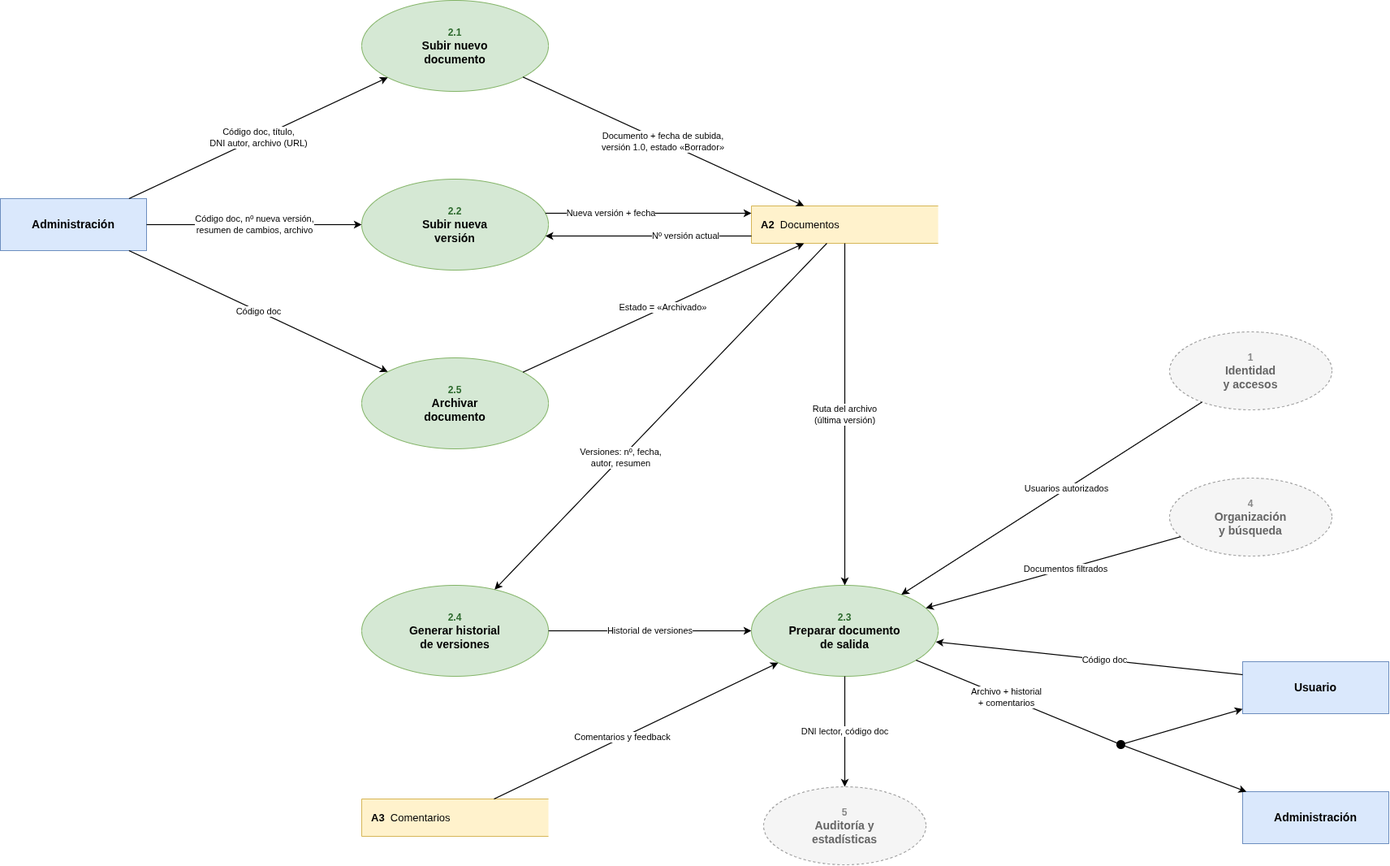
Above: diagramas_sistema_documentacion /dfd/nivel2_proceso2_repositorio.png in adriivarela06/P2_DDSI (draw.io), before the change. Source tidied: cells renumbered, new cells last; positions are measured from the earlier drawing's top-left corner, leaving out a move shared by most shapes. The source it was exported from:
```xml
<mxGraphModel>
  <root>
    <mxCell id="0" />
    <mxCell id="1" parent="0" />
    <mxCell id="2" value="Administración" style="rounded=0;whiteSpace=wrap;html=1;fillColor=#dae8fc;strokeColor=#6c8ebf;fontStyle=1;fontSize=14;" parent="1" vertex="1">
      <mxGeometry y="244" width="180" height="64" as="geometry" />
    </mxCell>
    <mxCell id="3" value="&lt;font style=&quot;font-size:12px&quot; color=&quot;#2d6a2d&quot;&gt;2.1&lt;/font&gt;&lt;br&gt;Subir nuevo&lt;br&gt;documento" style="ellipse;whiteSpace=wrap;html=1;fillColor=#d5e8d4;strokeColor=#82b366;fontColor=#000000;fontSize=14;fontStyle=1;" parent="1" vertex="1">
      <mxGeometry x="445" width="230" height="112" as="geometry" />
    </mxCell>
    <mxCell id="4" value="&lt;font style=&quot;font-size:12px&quot; color=&quot;#2d6a2d&quot;&gt;2.2&lt;/font&gt;&lt;br&gt;Subir nueva&lt;br&gt;versión" style="ellipse;whiteSpace=wrap;html=1;fillColor=#d5e8d4;strokeColor=#82b366;fontColor=#000000;fontSize=14;fontStyle=1;" parent="1" vertex="1">
      <mxGeometry x="445" y="220" width="230" height="112" as="geometry" />
    </mxCell>
    <mxCell id="5" value="&lt;font style=&quot;font-size:12px&quot; color=&quot;#2d6a2d&quot;&gt;2.5&lt;/font&gt;&lt;br&gt;Archivar&lt;br&gt;documento" style="ellipse;whiteSpace=wrap;html=1;fillColor=#d5e8d4;strokeColor=#82b366;fontColor=#000000;fontSize=14;fontStyle=1;" parent="1" vertex="1">
      <mxGeometry x="445" y="440" width="230" height="112" as="geometry" />
    </mxCell>
    <mxCell id="6" value="&lt;font style=&quot;font-size:12px&quot; color=&quot;#2d6a2d&quot;&gt;2.4&lt;/font&gt;&lt;br&gt;Generar historial&lt;br&gt;de versiones" style="ellipse;whiteSpace=wrap;html=1;fillColor=#d5e8d4;strokeColor=#82b366;fontColor=#000000;fontSize=14;fontStyle=1;" parent="1" vertex="1">
      <mxGeometry x="445" y="720" width="230" height="112" as="geometry" />
    </mxCell>
    <mxCell id="7" value="&lt;font style=&quot;font-size:12px&quot; color=&quot;#2d6a2d&quot;&gt;2.3&lt;/font&gt;&lt;br&gt;Preparar documento&lt;br&gt;de salida" style="ellipse;whiteSpace=wrap;html=1;fillColor=#d5e8d4;strokeColor=#82b366;fontColor=#000000;fontSize=14;fontStyle=1;" parent="1" vertex="1">
      <mxGeometry x="925" y="720" width="230" height="112" as="geometry" />
    </mxCell>
    <mxCell id="8" value="&lt;b&gt;A2&lt;/b&gt;&amp;nbsp;&amp;nbsp;Documentos" style="shape=partialRectangle;right=0;whiteSpace=wrap;html=1;fillColor=#fff2cc;strokeColor=#d6b656;align=left;spacingLeft=10;fontSize=13;" parent="1" vertex="1">
      <mxGeometry x="925" y="253" width="230" height="46" as="geometry" />
    </mxCell>
    <mxCell id="9" value="&lt;b&gt;A3&lt;/b&gt;&amp;nbsp;&amp;nbsp;Comentarios" style="shape=partialRectangle;right=0;whiteSpace=wrap;html=1;fillColor=#fff2cc;strokeColor=#d6b656;align=left;spacingLeft=10;fontSize=13;" parent="1" vertex="1">
      <mxGeometry x="445" y="983" width="230" height="46" as="geometry" />
    </mxCell>
    <mxCell id="10" value="&lt;font style=&quot;font-size:12px&quot; color=&quot;#888888&quot;&gt;1&lt;/font&gt;&lt;br&gt;Identidad&lt;br&gt;y accesos" style="ellipse;whiteSpace=wrap;html=1;fillColor=#f5f5f5;strokeColor=#999999;fontColor=#666666;fontSize=14;fontStyle=1;dashed=1;" parent="1" vertex="1">
      <mxGeometry x="1440" y="408" width="200" height="96" as="geometry" />
    </mxCell>
    <mxCell id="11" value="&lt;font style=&quot;font-size:12px&quot; color=&quot;#888888&quot;&gt;4&lt;/font&gt;&lt;br&gt;Organización&lt;br&gt;y búsqueda" style="ellipse;whiteSpace=wrap;html=1;fillColor=#f5f5f5;strokeColor=#999999;fontColor=#666666;fontSize=14;fontStyle=1;dashed=1;" parent="1" vertex="1">
      <mxGeometry x="1440" y="588" width="200" height="96" as="geometry" />
    </mxCell>
    <mxCell id="12" value="&lt;font style=&quot;font-size:12px&quot; color=&quot;#888888&quot;&gt;5&lt;/font&gt;&lt;br&gt;Auditoría y&lt;br&gt;estadísticas" style="ellipse;whiteSpace=wrap;html=1;fillColor=#f5f5f5;strokeColor=#999999;fontColor=#666666;fontSize=14;fontStyle=1;dashed=1;" parent="1" vertex="1">
      <mxGeometry x="940" y="968" width="200" height="96" as="geometry" />
    </mxCell>
    <mxCell id="13" style="ellipse;html=1;fillColor=#000000;strokeColor=#000000;" parent="1" vertex="1">
      <mxGeometry x="1375" y="911" width="10" height="10" as="geometry" />
    </mxCell>
    <mxCell id="14" value="Usuario" style="rounded=0;whiteSpace=wrap;html=1;fillColor=#dae8fc;strokeColor=#6c8ebf;fontStyle=1;fontSize=14;" parent="1" vertex="1">
      <mxGeometry x="1530" y="814" width="180" height="64" as="geometry" />
    </mxCell>
    <mxCell id="15" value="Administración" style="rounded=0;whiteSpace=wrap;html=1;fillColor=#dae8fc;strokeColor=#6c8ebf;fontStyle=1;fontSize=14;" parent="1" vertex="1">
      <mxGeometry x="1530" y="974" width="180" height="64" as="geometry" />
    </mxCell>
    <mxCell id="16" value="Código doc, título,&lt;br&gt;DNI autor, archivo (URL)" style="edgeStyle=none;html=1;endArrow=classic;endFill=1;strokeWidth=1.2;fontSize=11;labelBackgroundColor=#ffffff;exitX=0.8798;exitY=0.0000;exitDx=0;exitDy=0;exitPerimeter=0;entryX=0.1395;entryY=0.8465;entryDx=0;entryDy=0;entryPerimeter=0;" parent="1" edge="1" source="2" target="3">
      <mxGeometry relative="1" as="geometry" />
    </mxCell>
    <mxCell id="17" value="Código doc, nº nueva versión,&lt;br&gt;resumen de cambios, archivo" style="edgeStyle=none;html=1;endArrow=classic;endFill=1;strokeWidth=1.2;fontSize=11;labelBackgroundColor=#ffffff;exitX=1.0000;exitY=0.5000;exitDx=0;exitDy=0;exitPerimeter=0;entryX=0.0000;entryY=0.5000;entryDx=0;entryDy=0;entryPerimeter=0;" parent="1" edge="1" source="2" target="4">
      <mxGeometry relative="1" as="geometry" />
    </mxCell>
    <mxCell id="18" value="Código doc" style="edgeStyle=none;html=1;endArrow=classic;endFill=1;strokeWidth=1.2;fontSize=11;labelBackgroundColor=#ffffff;exitX=0.8798;exitY=1.0000;exitDx=0;exitDy=0;exitPerimeter=0;entryX=0.1395;entryY=0.1535;entryDx=0;entryDy=0;entryPerimeter=0;" parent="1" edge="1" source="2" target="5">
      <mxGeometry relative="1" as="geometry" />
    </mxCell>
    <mxCell id="19" value="Documento + fecha de subida,&lt;br&gt;versión 1.0, estado «Borrador»" style="edgeStyle=none;html=1;endArrow=classic;endFill=1;strokeWidth=1.2;fontSize=11;labelBackgroundColor=#ffffff;exitX=0.8641;exitY=0.8427;exitDx=0;exitDy=0;exitPerimeter=0;entryX=0.2818;entryY=0.0000;entryDx=0;entryDy=0;entryPerimeter=0;" parent="1" edge="1" source="3" target="8">
      <mxGeometry relative="1" as="geometry" />
    </mxCell>
    <mxCell id="20" value="Nº versión actual" style="edgeStyle=none;html=1;endArrow=classic;endFill=1;strokeWidth=1.2;fontSize=11;labelBackgroundColor=#ffffff;exitX=0.0000;exitY=0.8043;exitDx=0;exitDy=0;exitPerimeter=0;entryX=0.9841;entryY=0.6250;entryDx=0;entryDy=0;entryPerimeter=0;" parent="1" edge="1" source="8" target="4">
      <mxGeometry x="-0.36" relative="1" as="geometry" />
    </mxCell>
    <mxCell id="21" value="Nueva versión + fecha" style="edgeStyle=none;html=1;endArrow=classic;endFill=1;strokeWidth=1.2;fontSize=11;labelBackgroundColor=#ffffff;exitX=0.9841;exitY=0.3750;exitDx=0;exitDy=0;exitPerimeter=0;entryX=0.0000;entryY=0.1957;entryDx=0;entryDy=0;entryPerimeter=0;" parent="1" edge="1" source="4" target="8">
      <mxGeometry x="-0.36" relative="1" as="geometry" />
    </mxCell>
    <mxCell id="22" value="Estado = «Archivado»" style="edgeStyle=none;html=1;endArrow=classic;endFill=1;strokeWidth=1.2;fontSize=11;labelBackgroundColor=#ffffff;exitX=0.8641;exitY=0.1573;exitDx=0;exitDy=0;exitPerimeter=0;entryX=0.2818;entryY=1.0000;entryDx=0;entryDy=0;entryPerimeter=0;" parent="1" edge="1" source="5" target="8">
      <mxGeometry relative="1" as="geometry" />
    </mxCell>
    <mxCell id="23" value="Versiones: nº, fecha,&lt;br&gt;autor, resumen" style="edgeStyle=none;html=1;endArrow=classic;endFill=1;strokeWidth=1.2;fontSize=11;labelBackgroundColor=#ffffff;exitX=0.4040;exitY=1.0000;exitDx=0;exitDy=0;exitPerimeter=0;entryX=0.7117;entryY=0.0470;entryDx=0;entryDy=0;entryPerimeter=0;" parent="1" edge="1" source="8" target="6">
      <mxGeometry x="0.24" relative="1" as="geometry" />
    </mxCell>
    <mxCell id="24" value="Historial de versiones" style="edgeStyle=none;html=1;endArrow=classic;endFill=1;strokeWidth=1.2;fontSize=11;labelBackgroundColor=#ffffff;exitX=1.0000;exitY=0.5000;exitDx=0;exitDy=0;exitPerimeter=0;entryX=0.0000;entryY=0.5000;entryDx=0;entryDy=0;entryPerimeter=0;" parent="1" edge="1" source="6" target="7">
      <mxGeometry relative="1" as="geometry" />
    </mxCell>
    <mxCell id="25" value="Ruta del archivo&lt;br&gt;(última versión)" style="edgeStyle=none;html=1;endArrow=classic;endFill=1;strokeWidth=1.2;fontSize=11;labelBackgroundColor=#ffffff;exitX=0.5000;exitY=1.0000;exitDx=0;exitDy=0;exitPerimeter=0;entryX=0.5000;entryY=0.0000;entryDx=0;entryDy=0;entryPerimeter=0;" parent="1" edge="1" source="8" target="7">
      <mxGeometry relative="1" as="geometry" />
    </mxCell>
    <mxCell id="26" value="Comentarios y feedback" style="edgeStyle=none;html=1;endArrow=classic;endFill=1;strokeWidth=1.2;fontSize=11;labelBackgroundColor=#ffffff;exitX=0.7087;exitY=0.0000;exitDx=0;exitDy=0;exitPerimeter=0;entryX=0.1436;entryY=0.8507;entryDx=0;entryDy=0;entryPerimeter=0;" parent="1" edge="1" source="9" target="7">
      <mxGeometry x="-0.1" relative="1" as="geometry" />
    </mxCell>
    <mxCell id="27" value="Usuarios autorizados" style="edgeStyle=none;html=1;endArrow=classic;endFill=1;strokeWidth=1.2;fontSize=11;labelBackgroundColor=#ffffff;exitX=0.2000;exitY=0.9000;exitDx=0;exitDy=0;exitPerimeter=0;entryX=0.8028;entryY=0.1021;entryDx=0;entryDy=0;entryPerimeter=0;" parent="1" edge="1" source="10" target="7">
      <mxGeometry x="-0.1" relative="1" as="geometry" />
    </mxCell>
    <mxCell id="28" value="Documentos filtrados" style="edgeStyle=none;html=1;endArrow=classic;endFill=1;strokeWidth=1.2;fontSize=11;labelBackgroundColor=#ffffff;exitX=0.0681;exitY=0.7519;exitDx=0;exitDy=0;exitPerimeter=0;entryX=0.9335;entryY=0.2508;entryDx=0;entryDy=0;entryPerimeter=0;" parent="1" edge="1" source="11" target="7">
      <mxGeometry x="-0.1" relative="1" as="geometry" />
    </mxCell>
    <mxCell id="29" value="Archivo + historial&lt;br&gt;+ comentarios" style="edgeStyle=none;html=1;endArrow=none;endFill=1;strokeWidth=1.2;fontSize=11;labelBackgroundColor=#ffffff;exitX=0.8818;exitY=0.8228;exitDx=0;exitDy=0;exitPerimeter=0;entryX=0.0377;entryY=0.3096;entryDx=0;entryDy=0;entryPerimeter=0;" parent="1" edge="1" source="7" target="13">
      <mxGeometry x="-0.1" relative="1" as="geometry" />
    </mxCell>
    <mxCell id="30" style="edgeStyle=none;html=1;endArrow=classic;endFill=1;strokeWidth=1.2;fontSize=11;labelBackgroundColor=#ffffff;exitX=0.9800;exitY=0.3600;exitDx=0;exitDy=0;exitPerimeter=0;entryX=0.0000;entryY=0.9102;entryDx=0;entryDy=0;entryPerimeter=0;" parent="1" edge="1" source="13" target="14">
      <mxGeometry relative="1" as="geometry" />
    </mxCell>
    <mxCell id="31" style="edgeStyle=none;html=1;endArrow=classic;endFill=1;strokeWidth=1.2;fontSize=11;labelBackgroundColor=#ffffff;exitX=0.9682;exitY=0.6756;exitDx=0;exitDy=0;exitPerimeter=0;entryX=0.0259;entryY=0.0000;entryDx=0;entryDy=0;entryPerimeter=0;" parent="1" edge="1" source="13" target="15">
      <mxGeometry relative="1" as="geometry" />
    </mxCell>
    <mxCell id="32" value="DNI lector, código doc" style="edgeStyle=none;html=1;endArrow=classic;endFill=1;strokeWidth=1.2;fontSize=11;labelBackgroundColor=#ffffff;exitX=0.5000;exitY=1.0000;exitDx=0;exitDy=0;exitPerimeter=0;entryX=0.5000;entryY=0.0000;entryDx=0;entryDy=0;entryPerimeter=0;" parent="1" edge="1" source="7" target="12">
      <mxGeometry relative="1" as="geometry" />
    </mxCell>
    <mxCell id="33" value="Código doc" style="edgeStyle=none;html=1;endArrow=classic;endFill=1;strokeWidth=1.2;fontSize=11;labelBackgroundColor=#ffffff;exitX=0;exitY=0.25;exitDx=0;exitDy=0;entryX=0.987;entryY=0.621;entryDx=0;entryDy=0;entryPerimeter=0;" parent="1" edge="1" source="14" target="7">
      <mxGeometry x="-0.1" relative="1" as="geometry" />
    </mxCell>
  </root>
</mxGraphModel>
```
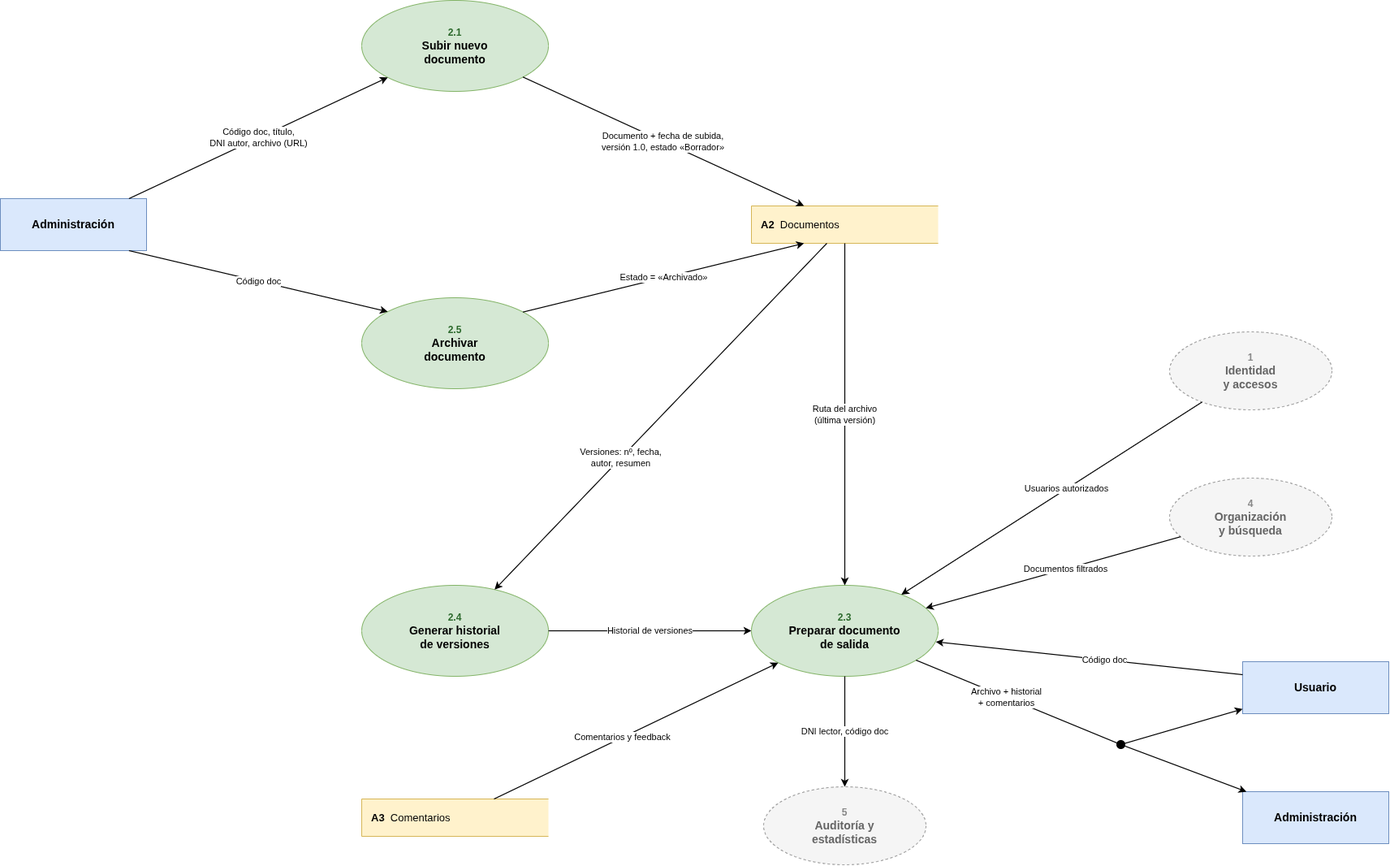
Later version of the same file.

The edit, as a diff of the source:
```diff
@@ -8,11 +8,8 @@
     <mxCell id="3" value="&lt;font style=&quot;font-size:12px&quot; color=&quot;#2d6a2d&quot;&gt;2.1&lt;/font&gt;&lt;br&gt;Subir nuevo&lt;br&gt;documento" style="ellipse;whiteSpace=wrap;html=1;fillColor=#d5e8d4;strokeColor=#82b366;fontColor=#000000;fontSize=14;fontStyle=1;" parent="1" vertex="1">
       <mxGeometry x="445" width="230" height="112" as="geometry" />
     </mxCell>
-    <mxCell id="4" value="&lt;font style=&quot;font-size:12px&quot; color=&quot;#2d6a2d&quot;&gt;2.2&lt;/font&gt;&lt;br&gt;Subir nueva&lt;br&gt;versión" style="ellipse;whiteSpace=wrap;html=1;fillColor=#d5e8d4;strokeColor=#82b366;fontColor=#000000;fontSize=14;fontStyle=1;" parent="1" vertex="1">
-      <mxGeometry x="445" y="220" width="230" height="112" as="geometry" />
-    </mxCell>
     <mxCell id="5" value="&lt;font style=&quot;font-size:12px&quot; color=&quot;#2d6a2d&quot;&gt;2.5&lt;/font&gt;&lt;br&gt;Archivar&lt;br&gt;documento" style="ellipse;whiteSpace=wrap;html=1;fillColor=#d5e8d4;strokeColor=#82b366;fontColor=#000000;fontSize=14;fontStyle=1;" parent="1" vertex="1">
-      <mxGeometry x="445" y="440" width="230" height="112" as="geometry" />
+      <mxGeometry x="445" y="366" width="230" height="112" as="geometry" />
     </mxCell>
     <mxCell id="6" value="&lt;font style=&quot;font-size:12px&quot; color=&quot;#2d6a2d&quot;&gt;2.4&lt;/font&gt;&lt;br&gt;Generar historial&lt;br&gt;de versiones" style="ellipse;whiteSpace=wrap;html=1;fillColor=#d5e8d4;strokeColor=#82b366;fontColor=#000000;fontSize=14;fontStyle=1;" parent="1" vertex="1">
       <mxGeometry x="445" y="720" width="230" height="112" as="geometry" />
@@ -47,21 +44,12 @@
     <mxCell id="16" value="Código doc, título,&lt;br&gt;DNI autor, archivo (URL)" style="edgeStyle=none;html=1;endArrow=classic;endFill=1;strokeWidth=1.2;fontSize=11;labelBackgroundColor=#ffffff;exitX=0.8798;exitY=0.0000;exitDx=0;exitDy=0;exitPerimeter=0;entryX=0.1395;entryY=0.8465;entryDx=0;entryDy=0;entryPerimeter=0;" parent="1" edge="1" source="2" target="3">
       <mxGeometry relative="1" as="geometry" />
     </mxCell>
-    <mxCell id="17" value="Código doc, nº nueva versión,&lt;br&gt;resumen de cambios, archivo" style="edgeStyle=none;html=1;endArrow=classic;endFill=1;strokeWidth=1.2;fontSize=11;labelBackgroundColor=#ffffff;exitX=1.0000;exitY=0.5000;exitDx=0;exitDy=0;exitPerimeter=0;entryX=0.0000;entryY=0.5000;entryDx=0;entryDy=0;entryPerimeter=0;" parent="1" edge="1" source="2" target="4">
-      <mxGeometry relative="1" as="geometry" />
-    </mxCell>
     <mxCell id="18" value="Código doc" style="edgeStyle=none;html=1;endArrow=classic;endFill=1;strokeWidth=1.2;fontSize=11;labelBackgroundColor=#ffffff;exitX=0.8798;exitY=1.0000;exitDx=0;exitDy=0;exitPerimeter=0;entryX=0.1395;entryY=0.1535;entryDx=0;entryDy=0;entryPerimeter=0;" parent="1" edge="1" source="2" target="5">
       <mxGeometry relative="1" as="geometry" />
     </mxCell>
     <mxCell id="19" value="Documento + fecha de subida,&lt;br&gt;versión 1.0, estado «Borrador»" style="edgeStyle=none;html=1;endArrow=classic;endFill=1;strokeWidth=1.2;fontSize=11;labelBackgroundColor=#ffffff;exitX=0.8641;exitY=0.8427;exitDx=0;exitDy=0;exitPerimeter=0;entryX=0.2818;entryY=0.0000;entryDx=0;entryDy=0;entryPerimeter=0;" parent="1" edge="1" source="3" target="8">
       <mxGeometry relative="1" as="geometry" />
     </mxCell>
-    <mxCell id="20" value="Nº versión actual" style="edgeStyle=none;html=1;endArrow=classic;endFill=1;strokeWidth=1.2;fontSize=11;labelBackgroundColor=#ffffff;exitX=0.0000;exitY=0.8043;exitDx=0;exitDy=0;exitPerimeter=0;entryX=0.9841;entryY=0.6250;entryDx=0;entryDy=0;entryPerimeter=0;" parent="1" edge="1" source="8" target="4">
-      <mxGeometry x="-0.36" relative="1" as="geometry" />
-    </mxCell>
-    <mxCell id="21" value="Nueva versión + fecha" style="edgeStyle=none;html=1;endArrow=classic;endFill=1;strokeWidth=1.2;fontSize=11;labelBackgroundColor=#ffffff;exitX=0.9841;exitY=0.3750;exitDx=0;exitDy=0;exitPerimeter=0;entryX=0.0000;entryY=0.1957;entryDx=0;entryDy=0;entryPerimeter=0;" parent="1" edge="1" source="4" target="8">
-      <mxGeometry x="-0.36" relative="1" as="geometry" />
-    </mxCell>
     <mxCell id="22" value="Estado = «Archivado»" style="edgeStyle=none;html=1;endArrow=classic;endFill=1;strokeWidth=1.2;fontSize=11;labelBackgroundColor=#ffffff;exitX=0.8641;exitY=0.1573;exitDx=0;exitDy=0;exitPerimeter=0;entryX=0.2818;entryY=1.0000;entryDx=0;entryDy=0;entryPerimeter=0;" parent="1" edge="1" source="5" target="8">
       <mxGeometry relative="1" as="geometry" />
     </mxCell>
```
